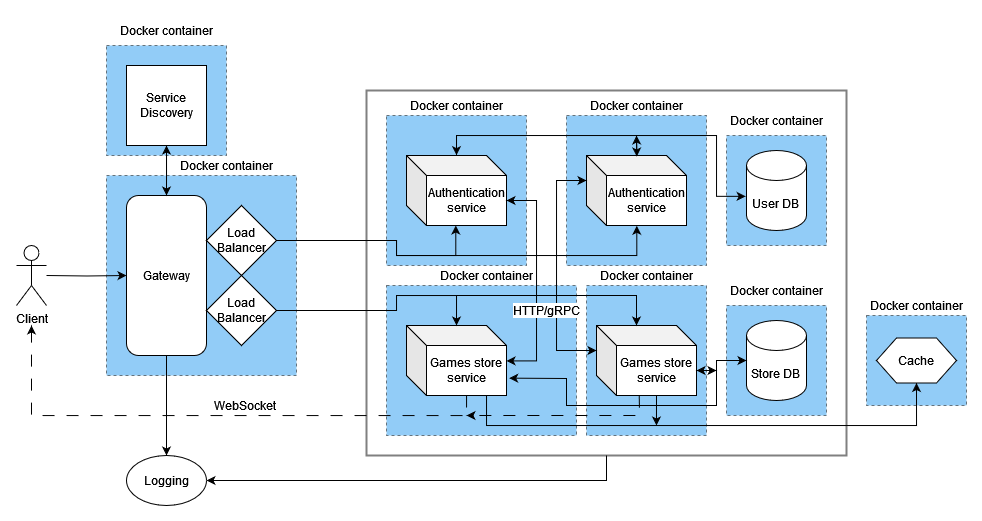
Before: utils/SystemArchitecture.png, a diagram exported from draw.io (Syn4z/PAD-Labs). Source tidied: cells renumbered, new cells last; positions are measured from the earlier drawing's top-left corner, leaving out a move shared by most shapes.
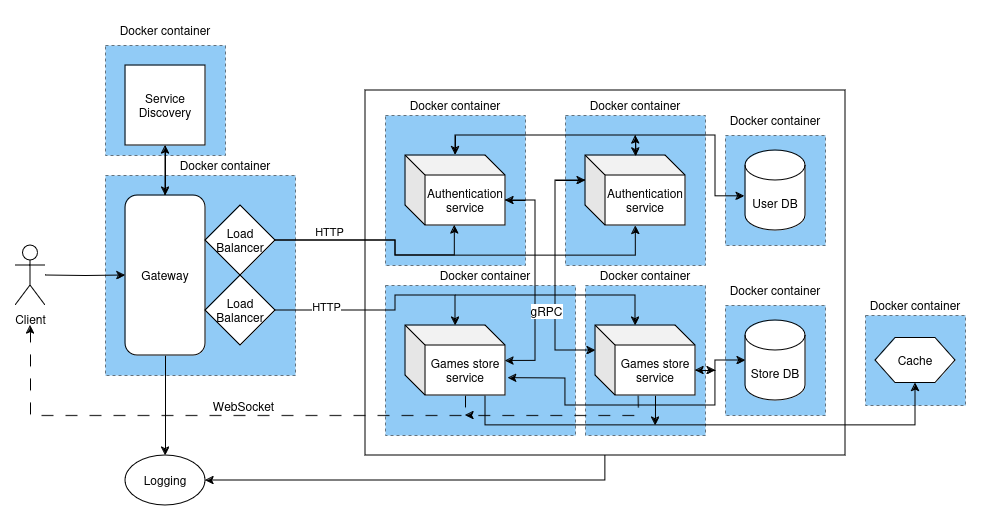
After the change.

Change to the diagram source:
```diff
@@ -102,6 +102,11 @@
         </Array>
       </mxGeometry>
     </mxCell>
+    <mxCell id="60" value="&lt;div&gt;HTTP&lt;/div&gt;" style="edgeLabel;html=1;align=center;verticalAlign=middle;" parent="26" vertex="1">
+      <mxGeometry x="-0.48" relative="1" as="geometry">
+        <mxPoint x="-9" y="-5" as="offset" />
+      </mxGeometry>
+    </mxCell>
     <mxCell id="27" style="edgeStyle=orthogonalEdgeStyle;rounded=0;jettySize=auto;html=1;exitX=1;exitY=0.5;exitDx=0;exitDy=0;entryX=0.493;entryY=1;entryDx=0;entryDy=0;entryPerimeter=0;" parent="1" edge="1" source="20" target="19">
       <mxGeometry relative="1" as="geometry">
         <Array as="points">
@@ -128,6 +133,11 @@
         </Array>
       </mxGeometry>
     </mxCell>
+    <mxCell id="61" value="HTTP" style="edgeLabel;html=1;align=center;verticalAlign=middle;" parent="30" vertex="1">
+      <mxGeometry x="-0.74" y="-3" relative="1" as="geometry">
+        <mxPoint y="-13" as="offset" />
+      </mxGeometry>
+    </mxCell>
     <mxCell id="31" style="edgeStyle=orthogonalEdgeStyle;rounded=0;jettySize=auto;html=1;exitX=0.5;exitY=-0.01;exitDx=0;exitDy=0;exitPerimeter=0;entryX=-0.014;entryY=0.573;entryDx=0;entryDy=0;entryPerimeter=0;" parent="1" edge="1" source="19" target="12">
       <mxGeometry relative="1" as="geometry">
         <Array as="points">
@@ -232,7 +242,7 @@
         </Array>
       </mxGeometry>
     </mxCell>
-    <mxCell id="54" value="HTTP/gRPC" style="edgeLabel;html=1;align=center;verticalAlign=middle;rounded=0;dashed=1;opacity=50;strokeColor=default;fontFamily=Helvetica;fontSize=12;fontColor=default;fillColor=#2599EE;" parent="53" vertex="1">
+    <mxCell id="54" value="gRPC" style="edgeLabel;html=1;align=center;verticalAlign=middle;rounded=0;dashed=1;opacity=50;strokeColor=default;fontFamily=Helvetica;fontSize=12;fontColor=default;fillColor=#2599EE;" parent="53" vertex="1">
       <mxGeometry x="0.01" y="-1" relative="1" as="geometry">
         <mxPoint x="-9" y="38" as="offset" />
       </mxGeometry>
```
